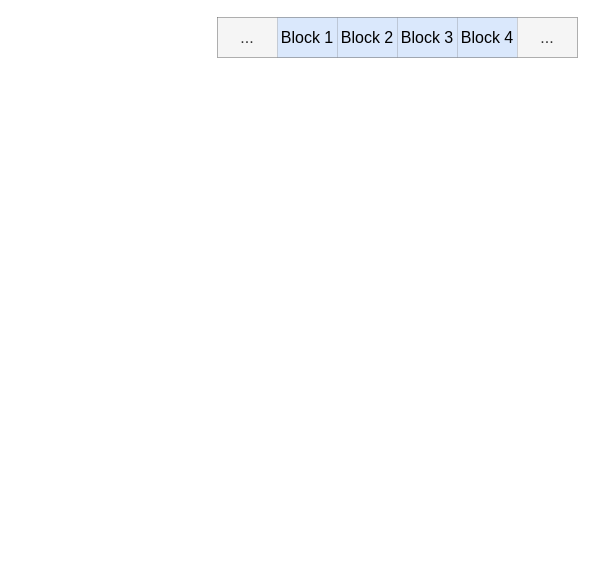
petiaccja/sed-manager-website keeps this draw.io diagram as static/img/illustrations/docs/overview/block_device.drawio. Above is the earlier version. Source tidied: cells renumbered, new cells numbered last; positions are measured from the earlier drawing's top-left corner, leaving out a move shared by most shapes. Both pictures are drawn from the tidied source at 100%, with x=0, y=0 at pixel (217, 17).
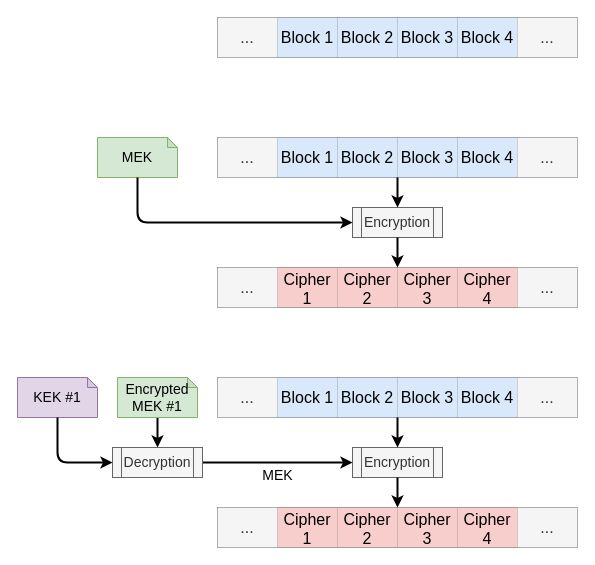
The same diagram, later.

Diff of the diagram source:
```diff
@@
+    <mxCell id="10" style="shape=table;startSize=0;childLayout=tableLayout;fontSize=16;fillColor=#f5f5f5;strokeColor=#666666;fontColor=#333333;" parent="1" vertex="1">
+      <mxGeometry y="120" width="360" height="40" as="geometry" />
+    </mxCell>
+    <mxCell id="11" style="shape=tableRow;horizontal=0;startSize=0;swimlaneHead=0;swimlaneBody=0;strokeColor=inherit;top=0;left=0;bottom=0;right=0;fillColor=none;points=[[0,0.5],[1,0.5]];portConstraint=eastwest;fontSize=16;" parent="10" vertex="1">
+      <mxGeometry width="360" height="40" as="geometry" />
+    </mxCell>
+    <mxCell id="12" value="..." style="shape=partialRectangle;html=1;whiteSpace=wrap;strokeColor=#666666;overflow=hidden;fillColor=#f5f5f5;top=0;left=0;bottom=0;right=0;fontSize=16;fontColor=#333333;" parent="11" vertex="1">
+      <mxGeometry width="60" height="40" as="geometry" />
+    </mxCell>
+    <mxCell id="13" value="Block 1" style="shape=partialRectangle;html=1;whiteSpace=wrap;strokeColor=#6c8ebf;overflow=hidden;fillColor=#dae8fc;top=0;left=0;bottom=0;right=0;fontSize=16;" parent="11" vertex="1">
+      <mxGeometry x="60" width="60" height="40" as="geometry" />
+    </mxCell>
+    <mxCell id="14" value="Block 2" style="shape=partialRectangle;html=1;whiteSpace=wrap;strokeColor=#6c8ebf;overflow=hidden;fillColor=#dae8fc;top=0;left=0;bottom=0;right=0;fontSize=16;" parent="11" vertex="1">
+      <mxGeometry x="120" width="60" height="40" as="geometry" />
+    </mxCell>
+    <mxCell id="15" value="Block 3" style="shape=partialRectangle;html=1;whiteSpace=wrap;strokeColor=#6c8ebf;overflow=hidden;fillColor=#dae8fc;top=0;left=0;bottom=0;right=0;fontSize=16;" parent="11" vertex="1">
+      <mxGeometry x="180" width="60" height="40" as="geometry" />
+    </mxCell>
+    <mxCell id="16" value="Block 4" style="shape=partialRectangle;html=1;whiteSpace=wrap;strokeColor=#6c8ebf;overflow=hidden;fillColor=#dae8fc;top=0;left=0;bottom=0;right=0;fontSize=16;" parent="11" vertex="1">
+      <mxGeometry x="240" width="60" height="40" as="geometry" />
+    </mxCell>
+    <mxCell id="17" value="..." style="shape=partialRectangle;html=1;whiteSpace=wrap;strokeColor=#666666;overflow=hidden;fillColor=#f5f5f5;top=0;left=0;bottom=0;right=0;fontSize=16;fontColor=#333333;" parent="11" vertex="1">
+      <mxGeometry x="300" width="60" height="40" as="geometry" />
+    </mxCell>
+    <mxCell id="18" value="MEK" style="shape=note;whiteSpace=wrap;html=1;backgroundOutline=1;darkOpacity=0.05;size=10;fillColor=#d5e8d4;strokeColor=#82b366;fontSize=14;" parent="1" vertex="1">
+      <mxGeometry x="-120" y="120" width="80" height="40" as="geometry" />
+    </mxCell>
+    <mxCell id="19" style="shape=table;startSize=0;childLayout=tableLayout;fontSize=16;fillColor=#f5f5f5;strokeColor=#666666;fontColor=#333333;" parent="1" vertex="1">
+      <mxGeometry y="250" width="360" height="40" as="geometry" />
+    </mxCell>
+    <mxCell id="20" style="shape=tableRow;horizontal=0;startSize=0;swimlaneHead=0;swimlaneBody=0;strokeColor=inherit;top=0;left=0;bottom=0;right=0;fillColor=none;points=[[0,0.5],[1,0.5]];portConstraint=eastwest;fontSize=16;" parent="19" vertex="1">
+      <mxGeometry width="360" height="40" as="geometry" />
+    </mxCell>
+    <mxCell id="21" value="..." style="shape=partialRectangle;html=1;whiteSpace=wrap;strokeColor=#666666;overflow=hidden;fillColor=#f5f5f5;top=0;left=0;bottom=0;right=0;fontSize=16;fontColor=#333333;" parent="20" vertex="1">
+      <mxGeometry width="60" height="40" as="geometry" />
+    </mxCell>
+    <mxCell id="22" value="Cipher 1" style="shape=partialRectangle;html=1;whiteSpace=wrap;strokeColor=#b85450;overflow=hidden;fillColor=#f8cecc;top=0;left=0;bottom=0;right=0;fontSize=16;" parent="20" vertex="1">
+      <mxGeometry x="60" width="60" height="40" as="geometry" />
+    </mxCell>
+    <mxCell id="23" value="Cipher 2" style="shape=partialRectangle;html=1;whiteSpace=wrap;strokeColor=#b85450;overflow=hidden;fillColor=#f8cecc;top=0;left=0;bottom=0;right=0;fontSize=16;" parent="20" vertex="1">
+      <mxGeometry x="120" width="60" height="40" as="geometry" />
+    </mxCell>
+    <mxCell id="24" value="Cipher 3" style="shape=partialRectangle;html=1;whiteSpace=wrap;strokeColor=#b85450;overflow=hidden;fillColor=#f8cecc;top=0;left=0;bottom=0;right=0;fontSize=16;" parent="20" vertex="1">
+      <mxGeometry x="180" width="60" height="40" as="geometry" />
+    </mxCell>
+    <mxCell id="25" value="Cipher 4" style="shape=partialRectangle;html=1;whiteSpace=wrap;strokeColor=#b85450;overflow=hidden;fillColor=#f8cecc;top=0;left=0;bottom=0;right=0;fontSize=16;" parent="20" vertex="1">
+      <mxGeometry x="240" width="60" height="40" as="geometry" />
+    </mxCell>
+    <mxCell id="26" value="..." style="shape=partialRectangle;html=1;whiteSpace=wrap;strokeColor=#666666;overflow=hidden;fillColor=#f5f5f5;top=0;left=0;bottom=0;right=0;fontSize=16;fontColor=#333333;" parent="20" vertex="1">
+      <mxGeometry x="300" width="60" height="40" as="geometry" />
+    </mxCell>
+    <mxCell id="27" value="Encryption" style="shape=process;whiteSpace=wrap;html=1;backgroundOutline=1;fontSize=14;fillColor=#f5f5f5;fontColor=#333333;strokeColor=#666666;" parent="1" vertex="1">
+      <mxGeometry x="135" y="190" width="90" height="30" as="geometry" />
+    </mxCell>
+    <mxCell id="28" style="endArrow=classic;html=1;rounded=0;strokeWidth=2;" parent="1" edge="1" source="11" target="27">
+      <mxGeometry relative="1" as="geometry" />
+    </mxCell>
+    <mxCell id="29" style="endArrow=classic;html=1;rounded=0;strokeWidth=2;" parent="1" edge="1" source="54" target="56">
+      <mxGeometry relative="1" as="geometry" />
+    </mxCell>
+    <mxCell id="30" style="endArrow=classic;html=1;rounded=1;strokeWidth=2;entryX=0;entryY=0.5;entryDx=0;entryDy=0;exitX=0.5;exitY=1;exitDx=0;exitDy=0;exitPerimeter=0;edgeStyle=orthogonalEdgeStyle;curved=0;" parent="1" edge="1" source="18" target="27">
+      <mxGeometry relative="1" as="geometry" />
+    </mxCell>
+    <mxCell id="31" style="endArrow=classic;html=1;rounded=0;strokeWidth=2;" parent="1" edge="1" source="27" target="20">
+      <mxGeometry relative="1" as="geometry" />
+    </mxCell>
+    <mxCell id="32" style="shape=table;startSize=0;childLayout=tableLayout;fontSize=16;fillColor=#f5f5f5;strokeColor=#666666;fontColor=#333333;" parent="1" vertex="1">
+      <mxGeometry y="360" width="360" height="40" as="geometry" />
+    </mxCell>
+    <mxCell id="33" style="shape=tableRow;horizontal=0;startSize=0;swimlaneHead=0;swimlaneBody=0;strokeColor=inherit;top=0;left=0;bottom=0;right=0;fillColor=none;points=[[0,0.5],[1,0.5]];portConstraint=eastwest;fontSize=16;" parent="32" vertex="1">
+      <mxGeometry width="360" height="40" as="geometry" />
+    </mxCell>
+    <mxCell id="34" value="..." style="shape=partialRectangle;html=1;whiteSpace=wrap;strokeColor=#666666;overflow=hidden;fillColor=#f5f5f5;top=0;left=0;bottom=0;right=0;fontSize=16;fontColor=#333333;" parent="33" vertex="1">
+      <mxGeometry width="60" height="40" as="geometry" />
+    </mxCell>
+    <mxCell id="35" value="Block 1" style="shape=partialRectangle;html=1;whiteSpace=wrap;strokeColor=#6c8ebf;overflow=hidden;fillColor=#dae8fc;top=0;left=0;bottom=0;right=0;fontSize=16;" parent="33" vertex="1">
+      <mxGeometry x="60" width="60" height="40" as="geometry" />
+    </mxCell>
+    <mxCell id="36" value="Block 2" style="shape=partialRectangle;html=1;whiteSpace=wrap;strokeColor=#6c8ebf;overflow=hidden;fillColor=#dae8fc;top=0;left=0;bottom=0;right=0;fontSize=16;" parent="33" vertex="1">
+      <mxGeometry x="120" width="60" height="40" as="geometry" />
+    </mxCell>
+    <mxCell id="37" value="Block 3" style="shape=partialRectangle;html=1;whiteSpace=wrap;strokeColor=#6c8ebf;overflow=hidden;fillColor=#dae8fc;top=0;left=0;bottom=0;right=0;fontSize=16;" parent="33" vertex="1">
+      <mxGeometry x="180" width="60" height="40" as="geometry" />
+    </mxCell>
+    <mxCell id="38" value="Block 4" style="shape=partialRectangle;html=1;whiteSpace=wrap;strokeColor=#6c8ebf;overflow=hidden;fillColor=#dae8fc;top=0;left=0;bottom=0;right=0;fontSize=16;" parent="33" vertex="1">
+      <mxGeometry x="240" width="60" height="40" as="geometry" />
+    </mxCell>
+    <mxCell id="39" value="..." style="shape=partialRectangle;html=1;whiteSpace=wrap;strokeColor=#666666;overflow=hidden;fillColor=#f5f5f5;top=0;left=0;bottom=0;right=0;fontSize=16;fontColor=#333333;" parent="33" vertex="1">
+      <mxGeometry x="300" width="60" height="40" as="geometry" />
+    </mxCell>
+    <mxCell id="40" value="KEK #1" style="shape=note;whiteSpace=wrap;html=1;backgroundOutline=1;darkOpacity=0.05;size=10;fillColor=#e1d5e7;strokeColor=#9673a6;fontSize=14;" parent="1" vertex="1">
+      <mxGeometry x="-200" y="360" width="80" height="40" as="geometry" />
+    </mxCell>
+    <mxCell id="41" style="shape=table;startSize=0;childLayout=tableLayout;fontSize=16;fillColor=#f5f5f5;strokeColor=#666666;fontColor=#333333;" parent="1" vertex="1">
+      <mxGeometry y="490" width="360" height="40" as="geometry" />
+    </mxCell>
+    <mxCell id="42" style="shape=tableRow;horizontal=0;startSize=0;swimlaneHead=0;swimlaneBody=0;strokeColor=inherit;top=0;left=0;bottom=0;right=0;fillColor=none;points=[[0,0.5],[1,0.5]];portConstraint=eastwest;fontSize=16;" parent="41" vertex="1">
+      <mxGeometry width="360" height="40" as="geometry" />
+    </mxCell>
+    <mxCell id="43" value="..." style="shape=partialRectangle;html=1;whiteSpace=wrap;strokeColor=#666666;overflow=hidden;fillColor=#f5f5f5;top=0;left=0;bottom=0;right=0;fontSize=16;fontColor=#333333;" parent="42" vertex="1">
+      <mxGeometry width="60" height="40" as="geometry" />
+    </mxCell>
+    <mxCell id="44" value="Cipher 1" style="shape=partialRectangle;html=1;whiteSpace=wrap;strokeColor=#b85450;overflow=hidden;fillColor=#f8cecc;top=0;left=0;bottom=0;right=0;fontSize=16;" parent="42" vertex="1">
+      <mxGeometry x="60" width="60" height="40" as="geometry" />
+    </mxCell>
+    <mxCell id="45" value="Cipher 2" style="shape=partialRectangle;html=1;whiteSpace=wrap;strokeColor=#b85450;overflow=hidden;fillColor=#f8cecc;top=0;left=0;bottom=0;right=0;fontSize=16;" parent="42" vertex="1">
+      <mxGeometry x="120" width="60" height="40" as="geometry" />
+    </mxCell>
+    <mxCell id="46" value="Cipher 3" style="shape=partialRectangle;html=1;whiteSpace=wrap;strokeColor=#b85450;overflow=hidden;fillColor=#f8cecc;top=0;left=0;bottom=0;right=0;fontSize=16;" parent="42" vertex="1">
+      <mxGeometry x="180" width="60" height="40" as="geometry" />
+    </mxCell>
+    <mxCell id="47" value="Cipher 4" style="shape=partialRectangle;html=1;whiteSpace=wrap;strokeColor=#b85450;overflow=hidden;fillColor=#f8cecc;top=0;left=0;bottom=0;right=0;fontSize=16;" parent="42" vertex="1">
+      <mxGeometry x="240" width="60" height="40" as="geometry" />
+    </mxCell>
+    <mxCell id="48" value="..." style="shape=partialRectangle;html=1;whiteSpace=wrap;strokeColor=#666666;overflow=hidden;fillColor=#f5f5f5;top=0;left=0;bottom=0;right=0;fontSize=16;fontColor=#333333;" parent="42" vertex="1">
+      <mxGeometry x="300" width="60" height="40" as="geometry" />
+    </mxCell>
+    <mxCell id="49" value="Encryption" style="shape=process;whiteSpace=wrap;html=1;backgroundOutline=1;fontSize=14;fillColor=#f5f5f5;fontColor=#333333;strokeColor=#666666;" parent="1" vertex="1">
+      <mxGeometry x="135" y="430" width="90" height="30" as="geometry" />
+    </mxCell>
+    <mxCell id="50" style="endArrow=classic;html=1;rounded=0;strokeWidth=2;" parent="1" edge="1" source="33" target="49">
+      <mxGeometry relative="1" as="geometry" />
+    </mxCell>
+    <mxCell id="51" style="endArrow=classic;html=1;rounded=1;strokeWidth=2;entryX=0;entryY=0.5;entryDx=0;entryDy=0;exitX=1;exitY=0.5;exitDx=0;exitDy=0;edgeStyle=orthogonalEdgeStyle;curved=0;" parent="1" edge="1" source="56" target="49">
+      <mxGeometry relative="1" as="geometry" />
+    </mxCell>
+    <mxCell id="52" value="MEK" style="edgeLabel;html=1;align=center;verticalAlign=middle;fontSize=14;" parent="51" vertex="1">
+      <mxGeometry x="0.01" y="1" relative="1" as="geometry">
+        <mxPoint x="-2" y="13" as="offset" />
+      </mxGeometry>
+    </mxCell>
+    <mxCell id="53" style="endArrow=classic;html=1;rounded=0;strokeWidth=2;" parent="1" edge="1" source="49" target="42">
+      <mxGeometry relative="1" as="geometry" />
+    </mxCell>
+    <mxCell id="54" value="Encrypted&lt;br&gt;MEK #1" style="shape=note;whiteSpace=wrap;html=1;backgroundOutline=1;darkOpacity=0.05;size=10;fillColor=#d5e8d4;strokeColor=#82b366;fontSize=14;" parent="1" vertex="1">
+      <mxGeometry x="-100" y="360" width="80" height="40" as="geometry" />
+    </mxCell>
+    <mxCell id="55" style="endArrow=classic;html=1;rounded=1;strokeWidth=2;entryX=0;entryY=0.5;entryDx=0;entryDy=0;exitX=0.5;exitY=1;exitDx=0;exitDy=0;exitPerimeter=0;edgeStyle=orthogonalEdgeStyle;curved=0;" parent="1" edge="1" source="40" target="56">
+      <mxGeometry relative="1" as="geometry" />
+    </mxCell>
+    <mxCell id="56" value="Decryption" style="shape=process;whiteSpace=wrap;html=1;backgroundOutline=1;fontSize=14;fillColor=#f5f5f5;fontColor=#333333;strokeColor=#666666;" parent="1" vertex="1">
+      <mxGeometry x="-105" y="430" width="90" height="30" as="geometry" />
+    </mxCell>
```
